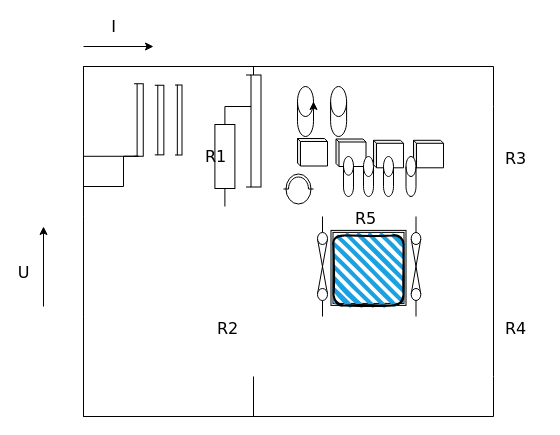
This is Untitled Diagram.drawio from Christcherubia/OpenClassroomsProject, a draw.io file, before an edit. Source tidied: cells renumbered, new cells numbered last; positions are measured from the earlier drawing's top-left corner, leaving out a move shared by most shapes. Both pictures are drawn from the tidied source at 100%, with x=0, y=0 at pixel (43, 46).
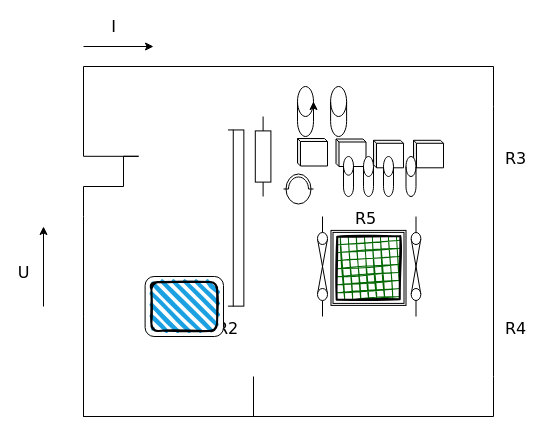
Above is the later version.

Change to the diagram source:
```diff
@@
-    <mxCell id="2" style="edgeStyle=orthogonalEdgeStyle;rounded=0;html=1;exitX=1;exitY=0.5;exitPerimeter=0;entryX=1;entryY=0.5;entryPerimeter=0;labelBackgroundColor=none;startArrow=none;startFill=0;startSize=5;endArrow=none;endFill=0;endSize=5;jettySize=auto;strokeWidth=1;fontFamily=Verdana;fontSize=12;" parent="1" edge="1" target="4">
-      <mxGeometry relative="1" as="geometry">
-        <mxPoint x="40" y="170" as="sourcePoint" />
-        <Array as="points">
-          <mxPoint x="40" y="20" />
-          <mxPoint x="210" y="20" />
-        </Array>
-      </mxGeometry>
-    </mxCell>
-    <mxCell id="3" style="edgeStyle=orthogonalEdgeStyle;rounded=0;html=1;exitX=1;exitY=0.5;exitPerimeter=0;entryX=1;entryY=0.5;entryPerimeter=0;labelBackgroundColor=none;startArrow=none;startFill=0;startSize=5;endArrow=none;endFill=0;endSize=5;jettySize=auto;strokeWidth=1;fontFamily=Verdana;fontSize=12;" parent="1" edge="1" source="20">
+    <mxCell id="3" style="edgeStyle=orthogonalEdgeStyle;rounded=0;html=1;exitX=1;exitY=0.5;exitPerimeter=0;entryX=1;entryY=0.5;entryPerimeter=0;labelBackgroundColor=none;startArrow=none;startFill=0;startSize=5;endArrow=none;endFill=0;endSize=5;jettySize=auto;orthogonalLoop=1;strokeWidth=1;fontFamily=Verdana;fontSize=12;" parent="1" edge="1">
       <mxGeometry relative="1" as="geometry">
+        <mxPoint x="95.1" y="109.8" as="sourcePoint" />
         <mxPoint x="450" y="60" as="targetPoint" />
         <Array as="points">
           <mxPoint x="40" y="110" />
           <mxPoint x="40" y="20" />
           <mxPoint x="450" y="20" />
         </Array>
       </mxGeometry>
     </mxCell>
     <mxCell id="4" style="verticalLabelPosition=bottom;shadow=0;dashed=0;align=center;html=1;verticalAlign=top;strokeWidth=1;shape=mxgraph.electrical.resistors.resistor_1;rounded=1;comic=0;labelBackgroundColor=none;fontFamily=Verdana;fontSize=12;rotation=-90;" parent="1" vertex="1">
-      <mxGeometry x="131.4" y="100" width="100" height="20" as="geometry" />
+      <mxGeometry x="179.6" y="102.2" width="80" height="15.6" as="geometry" />
     </mxCell>
@@
-    <mxCell id="8" value="R1" style="text;html=1;align=left;verticalAlign=top;spacingTop=-4;fontSize=16;fontFamily=Verdana;" parent="1" vertex="1">
-      <mxGeometry x="160" y="97.5" width="40" height="20" as="geometry" />
-    </mxCell>
@@
-    <mxCell id="16" style="rounded=1;whiteSpace=wrap;html=1;strokeWidth=2;fillWeight=4;hachureGap=8;hachureAngle=45;fillColor=#1ba1e2;sketch=1;" parent="1" vertex="1">
-      <mxGeometry x="290" y="188.9" width="70" height="70" as="geometry" />
-    </mxCell>
-    <mxCell id="17" style="verticalLabelPosition=bottom;shadow=0;dashed=0;align=center;html=1;verticalAlign=top;shape=mxgraph.electrical.inductors.inductor_1;rotation=90;" parent="1" vertex="1">
-      <mxGeometry x="154" y="77" width="112" height="15" as="geometry" />
-    </mxCell>
-    <mxCell id="18" style="verticalLabelPosition=bottom;shadow=0;dashed=0;align=center;html=1;verticalAlign=top;shape=mxgraph.electrical.inductors.inductor_1;rotation=90;" parent="1" vertex="1">
-      <mxGeometry x="100" y="70" width="70" height="7" as="geometry" />
-    </mxCell>
-    <mxCell id="19" style="verticalLabelPosition=bottom;shadow=0;dashed=0;align=center;html=1;verticalAlign=top;shape=mxgraph.electrical.inductors.inductor_1;rotation=90;" parent="1" vertex="1">
-      <mxGeometry x="81" y="69" width="69.6" height="9.1" as="geometry" />
-    </mxCell>
-    <mxCell id="20" style="verticalLabelPosition=bottom;shadow=0;dashed=0;align=center;html=1;verticalAlign=top;shape=mxgraph.electrical.inductors.inductor_1;rotation=90;" parent="1" vertex="1">
-      <mxGeometry x="58.9" y="68.9" width="72.5" height="9.2" as="geometry" />
-    </mxCell>
-    <mxCell id="21" style="edgeStyle=orthogonalEdgeStyle;rounded=0;html=1;exitX=1;exitY=0.5;exitPerimeter=0;entryX=1;entryY=0.5;entryPerimeter=0;labelBackgroundColor=none;startArrow=none;startFill=0;startSize=5;endArrow=none;endFill=0;endSize=5;jettySize=auto;strokeWidth=1;fontFamily=Verdana;fontSize=12;" parent="1" edge="1" target="20">
+    <mxCell id="21" style="edgeStyle=orthogonalEdgeStyle;rounded=0;html=1;exitX=1;exitY=0.5;exitPerimeter=0;entryX=1;entryY=0.5;entryPerimeter=0;labelBackgroundColor=none;startArrow=none;startFill=0;startSize=5;endArrow=none;endFill=0;endSize=5;jettySize=auto;orthogonalLoop=1;strokeWidth=1;fontFamily=Verdana;fontSize=12;" parent="1" edge="1">
       <mxGeometry relative="1" as="geometry">
         <mxPoint x="40" y="170" as="sourcePoint" />
+        <mxPoint x="95.1" y="109.8" as="targetPoint" />
         <Array as="points">
           <mxPoint x="40" y="140" />
           <mxPoint x="80" y="140" />
           <mxPoint x="80" y="110" />
         </Array>
       </mxGeometry>
     </mxCell>
@@
+    <mxCell id="17" style="verticalLabelPosition=bottom;shadow=0;dashed=0;align=center;html=1;verticalAlign=top;shape=mxgraph.electrical.inductors.inductor_1;rotation=90;" parent="1" vertex="1">
+      <mxGeometry x="104.3" y="163.6" width="176.2" height="15.9" as="geometry" />
+    </mxCell>
+    <mxCell id="37" style="rounded=1;whiteSpace=wrap;html=1;" parent="1" vertex="1">
+      <mxGeometry x="101.6" y="230" width="78.4" height="60" as="geometry" />
+    </mxCell>
+    <mxCell id="38" style="rhombus;whiteSpace=wrap;html=1;strokeWidth=2;fillWeight=-1;hachureGap=8;fillStyle=cross-hatch;fillColor=#006600;sketch=1;rotation=45;" parent="1" vertex="1">
+      <mxGeometry x="280.8" y="176.4" width="88.4" height="90" as="geometry" />
+    </mxCell>
+    <mxCell id="39" style="rounded=1;whiteSpace=wrap;html=1;strokeWidth=2;fillWeight=4;hachureGap=8;hachureAngle=45;fillColor=#1ba1e2;sketch=1;" parent="1" vertex="1">
+      <mxGeometry x="107.9" y="235.6" width="65.7" height="48.8" as="geometry" />
+    </mxCell>
```
